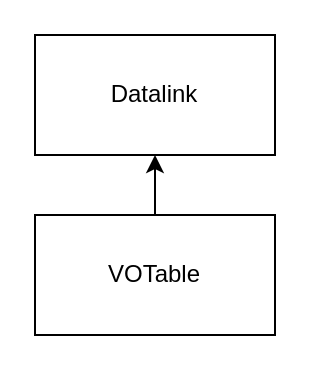
This is ivoa.drawio from JeremyMcCormick/diagrams, a draw.io file, before an edit. Source tidied: cells renumbered, new cells numbered last; positions are measured from the earlier drawing's top-left corner, leaving out a move shared by most shapes. Both pictures are drawn from the tidied source at 200%, with x=0, y=0 at pixel (34, 34).
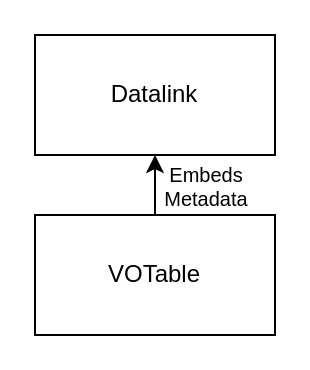
The same diagram, later.

Diff of the diagram source:
```diff
@@
 <mxGraphModel>
   <root>
     <mxCell id="0" />
     <mxCell id="1" parent="0" />
     <mxCell id="2" value="VOTable" style="rounded=0;whiteSpace=wrap;html=1;" parent="1" vertex="1">
       <mxGeometry y="90" width="120" height="60" as="geometry" />
     </mxCell>
     <mxCell id="3" value="Datalink" style="rounded=0;whiteSpace=wrap;html=1;" parent="1" vertex="1">
       <mxGeometry width="120" height="60" as="geometry" />
     </mxCell>
-    <mxCell id="4" style="endArrow=classic;html=1;rounded=0;entryX=0.5;entryY=1;entryDx=0;entryDy=0;entryPerimeter=0;exitX=0.5;exitY=0;exitDx=0;exitDy=0;" parent="1" edge="1" source="2" target="3">
+    <mxCell id="4" style="endArrow=classic;html=1;rounded=0;entryX=0.5;entryY=1;entryDx=0;entryDy=0;exitX=0.5;exitY=0;exitDx=0;exitDy=0;" parent="1" edge="1" source="2" target="3">
       <mxGeometry relative="1" as="geometry" />
     </mxCell>
+    <mxCell id="5" value="Embeds Metadata" style="text;strokeColor=none;align=center;fillColor=none;html=1;verticalAlign=middle;whiteSpace=wrap;rounded=0;fontSize=10;" parent="1" vertex="1">
+      <mxGeometry x="56" y="61" width="60" height="30" as="geometry" />
+    </mxCell>
   </root>
 </mxGraphModel>
```
